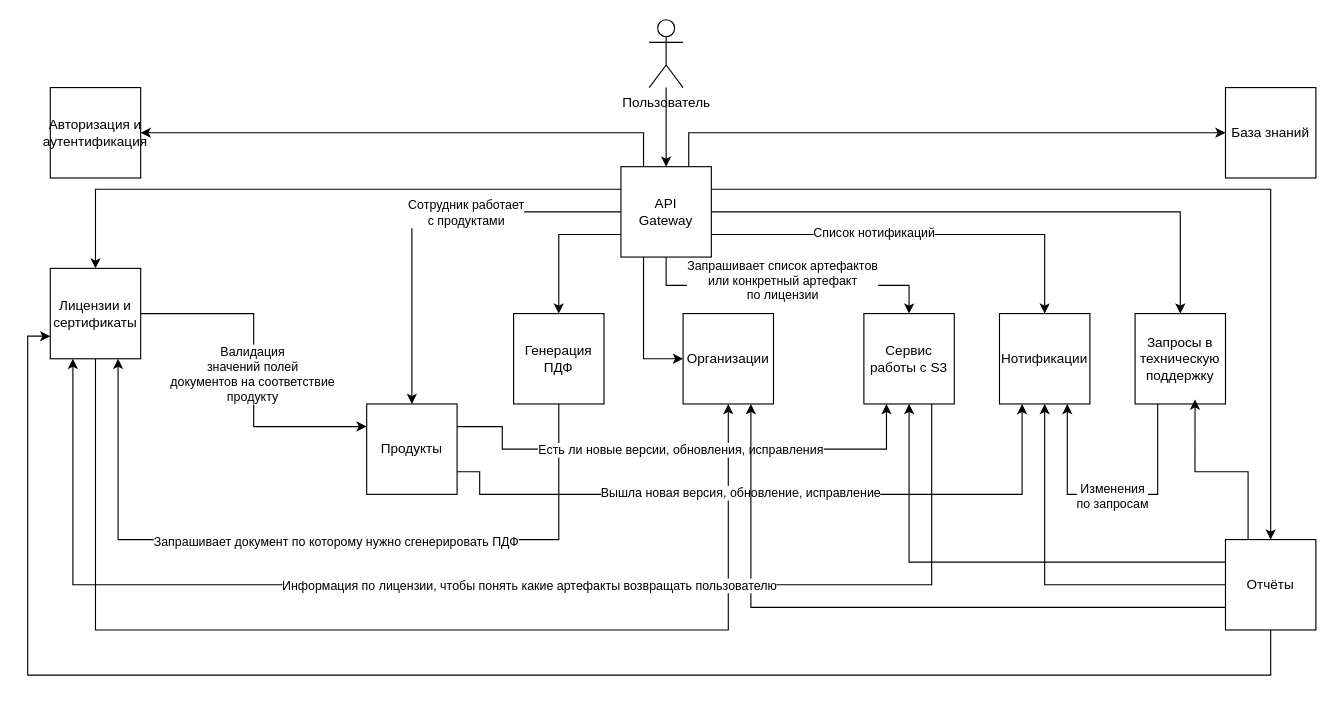
This is Схема взаимодействия сервисов.drawio from toolen/otus-microservice-architecture-hw, a draw.io file, before an edit. Source tidied: cells renumbered, new cells numbered last; positions are measured from the earlier drawing's top-left corner, leaving out a move shared by most shapes. Both pictures are drawn from the tidied source at 113%, with x=0, y=0 at pixel (27, 19).
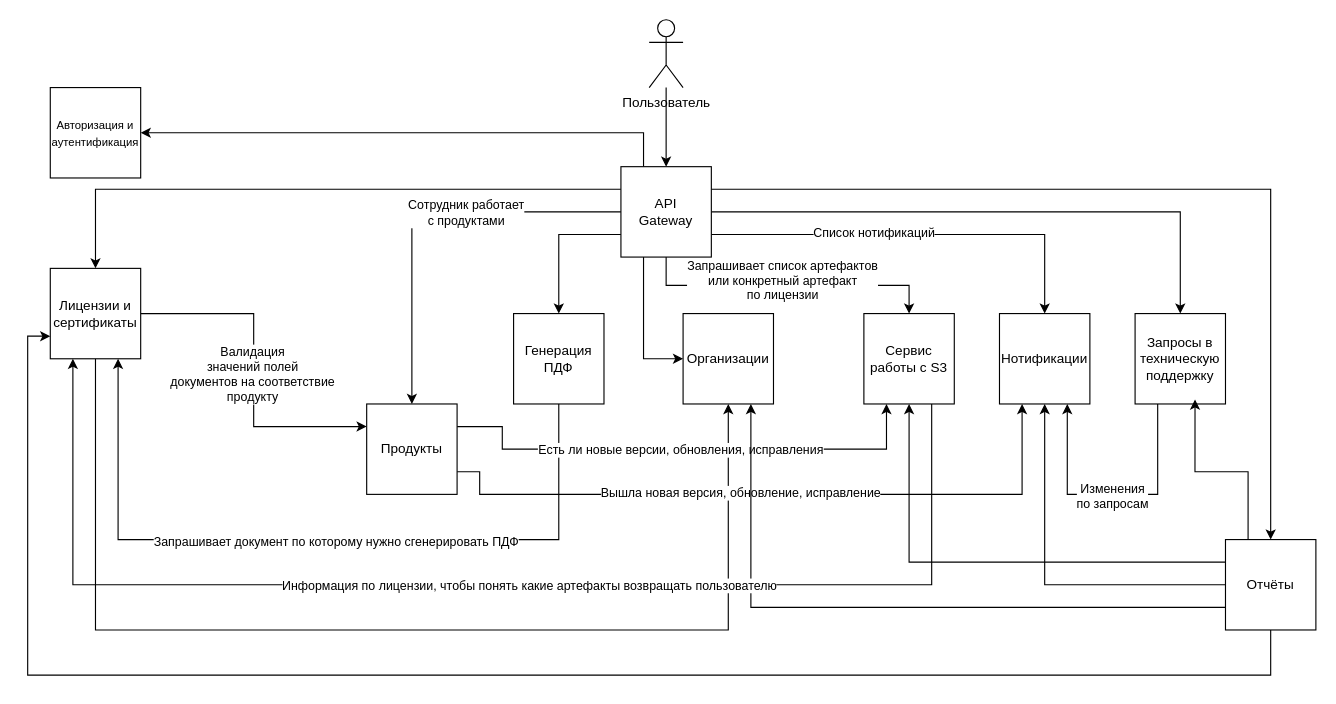
Above is the later version.

Commit message (it also covers changes not shown here):
Убрал сервис БЗ. Отредактировал схему. Добавил контракты

Unchanged cells that the change refers to:
```xml
<mxCell id="44" value="&lt;div&gt;API&lt;/div&gt;&lt;div&gt;Gateway&lt;br&gt;&lt;/div&gt;" style="whiteSpace=wrap;html=1;" parent="1" vertex="1">
  <mxGeometry x="525" y="130" width="80" height="80" as="geometry" />
</mxCell>
```

Diff of the diagram source:
```diff
@@
-    <mxCell id="10" value="База знаний" style="whiteSpace=wrap;html=1;" parent="1" vertex="1">
-      <mxGeometry x="1060" y="60" width="80" height="80" as="geometry" />
-    </mxCell>
@@
-    <mxCell id="28" value="Авторизация и аутентификация" style="whiteSpace=wrap;html=1;" parent="1" vertex="1">
+    <mxCell id="28" value="&lt;font style=&quot;font-size: 10px;&quot;&gt;Авторизация и аутентификация&lt;/font&gt;" style="whiteSpace=wrap;html=1;" parent="1" vertex="1">
       <mxGeometry x="20" y="60" width="80" height="80" as="geometry" />
     </mxCell>
@@
-    <mxCell id="40" style="edgeStyle=orthogonalEdgeStyle;rounded=0;jettySize=auto;html=1;exitX=0.75;exitY=0;exitDx=0;exitDy=0;entryX=0;entryY=0.5;entryDx=0;entryDy=0;" parent="1" edge="1" source="44" target="10">
-      <mxGeometry relative="1" as="geometry" />
-    </mxCell>
```
